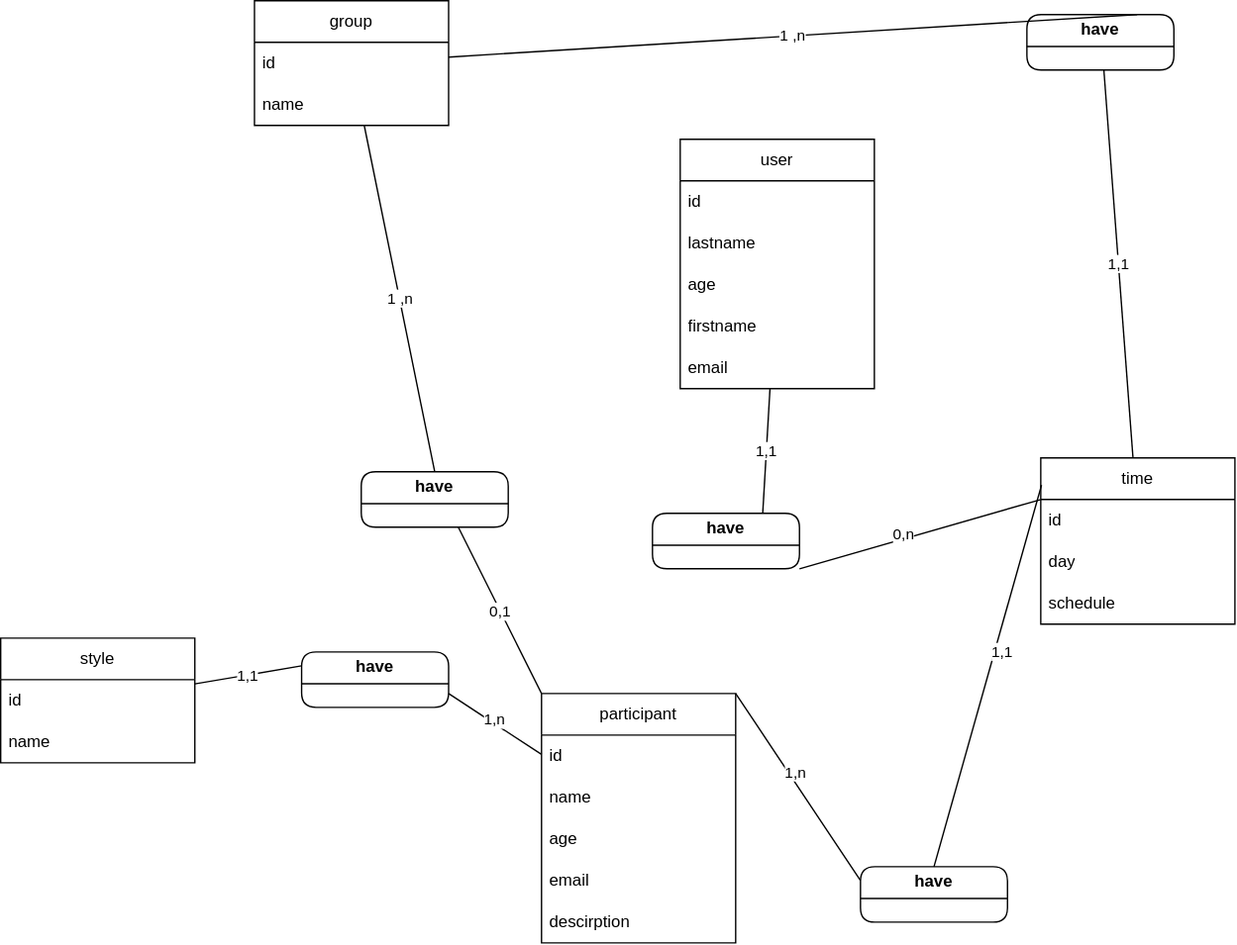
The draw.io diagram code/server/merise/MCD.rockny2.drawio.svg in Maimoudia/Rockny2, before a commit. Source tidied: cells renumbered, new cells last; positions are measured from the earlier drawing's top-left corner, leaving out a move shared by most shapes.
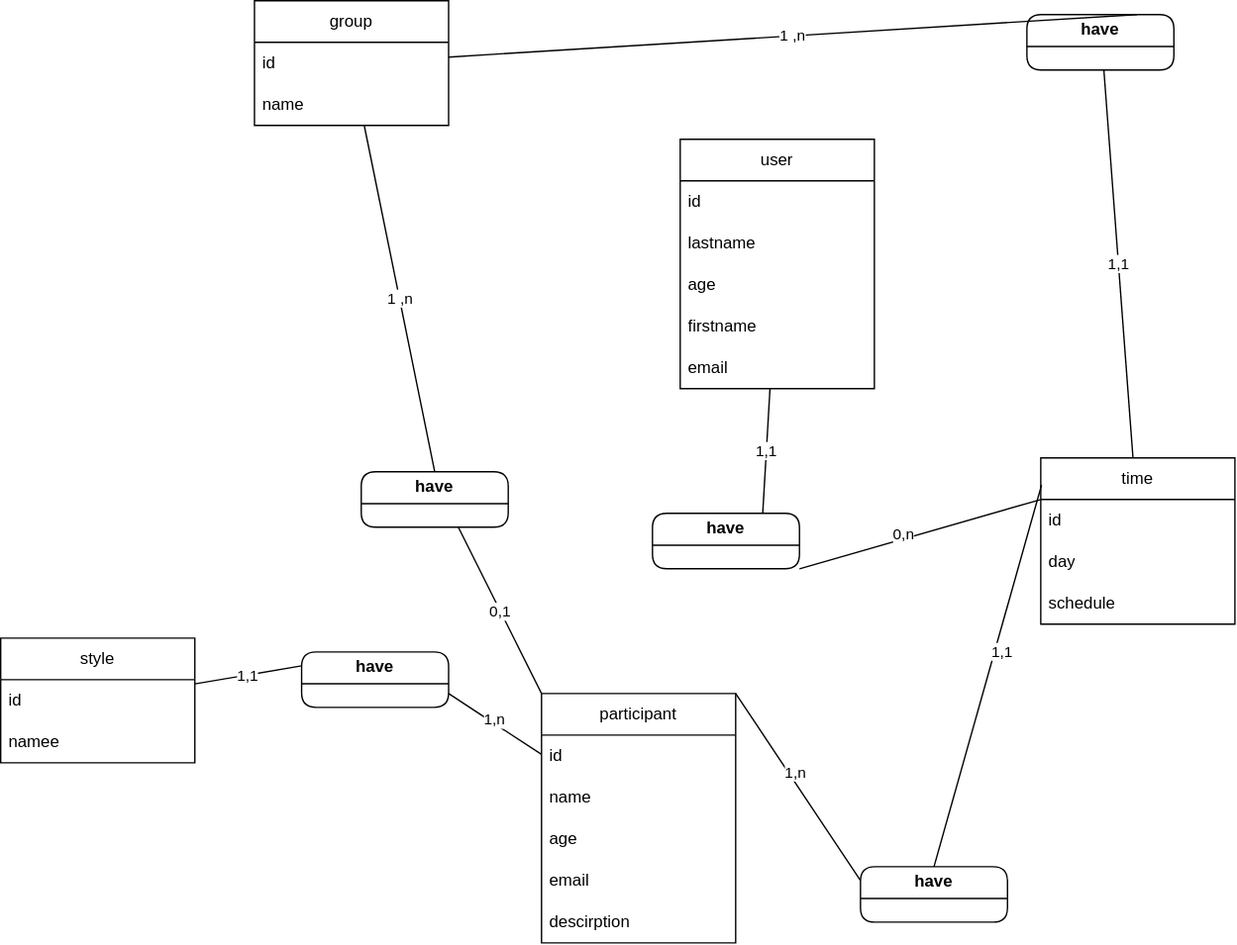
After the commit.

Change to the diagram source:
```diff
@@ -47,7 +47,7 @@
     <mxCell id="16" value="id" style="text;strokeColor=none;fillColor=none;align=left;verticalAlign=middle;spacingLeft=4;spacingRight=4;overflow=hidden;whiteSpace=wrap;html=1;" parent="15" vertex="1">
       <mxGeometry y="30" width="140" height="30" as="geometry" />
     </mxCell>
-    <mxCell id="17" value="name" style="text;strokeColor=none;fillColor=none;align=left;verticalAlign=middle;spacingLeft=4;spacingRight=4;overflow=hidden;whiteSpace=wrap;html=1;" parent="15" vertex="1">
+    <mxCell id="17" value="namee" style="text;strokeColor=none;fillColor=none;align=left;verticalAlign=middle;spacingLeft=4;spacingRight=4;overflow=hidden;whiteSpace=wrap;html=1;" parent="15" vertex="1">
       <mxGeometry y="60" width="140" height="30" as="geometry" />
     </mxCell>
     <mxCell id="18" value="participant" style="swimlane;fontStyle=0;horizontal=1;startSize=30;whiteSpace=wrap;html=1;" parent="1" vertex="1">
```
